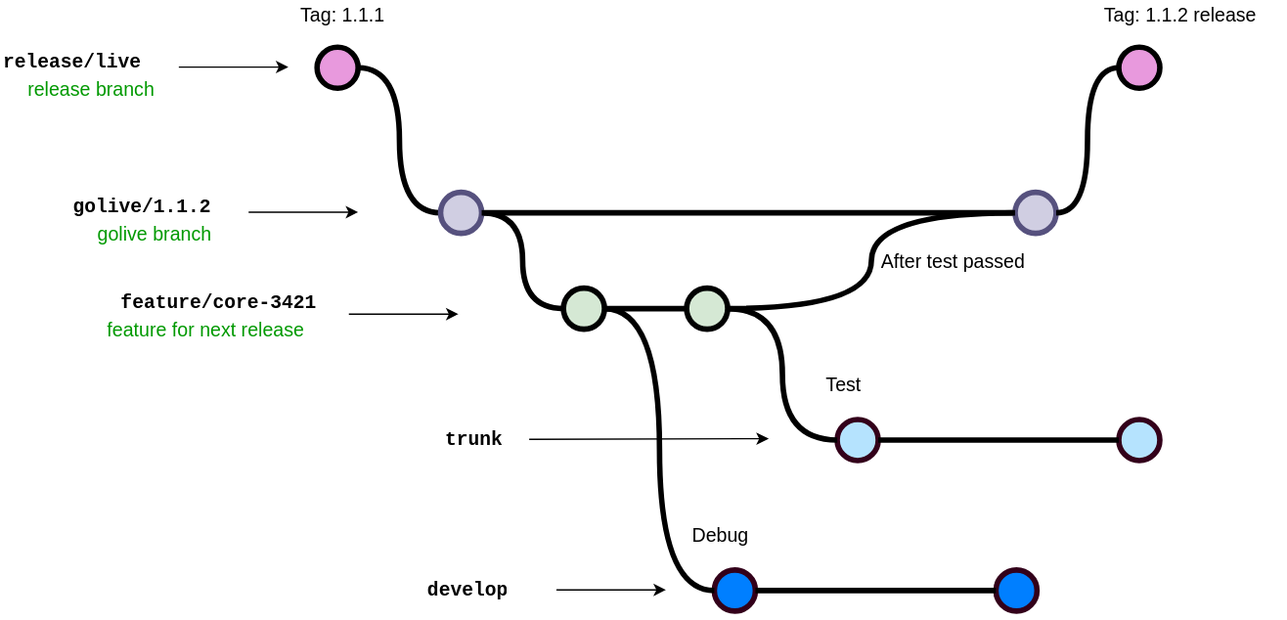
Earlier version of the draw.io export src/development/2.workflow.drawio.svg (intersective/docs). Source tidied: cells renumbered, new cells last; positions are measured from the earlier drawing's top-left corner, leaving out a move shared by most shapes.
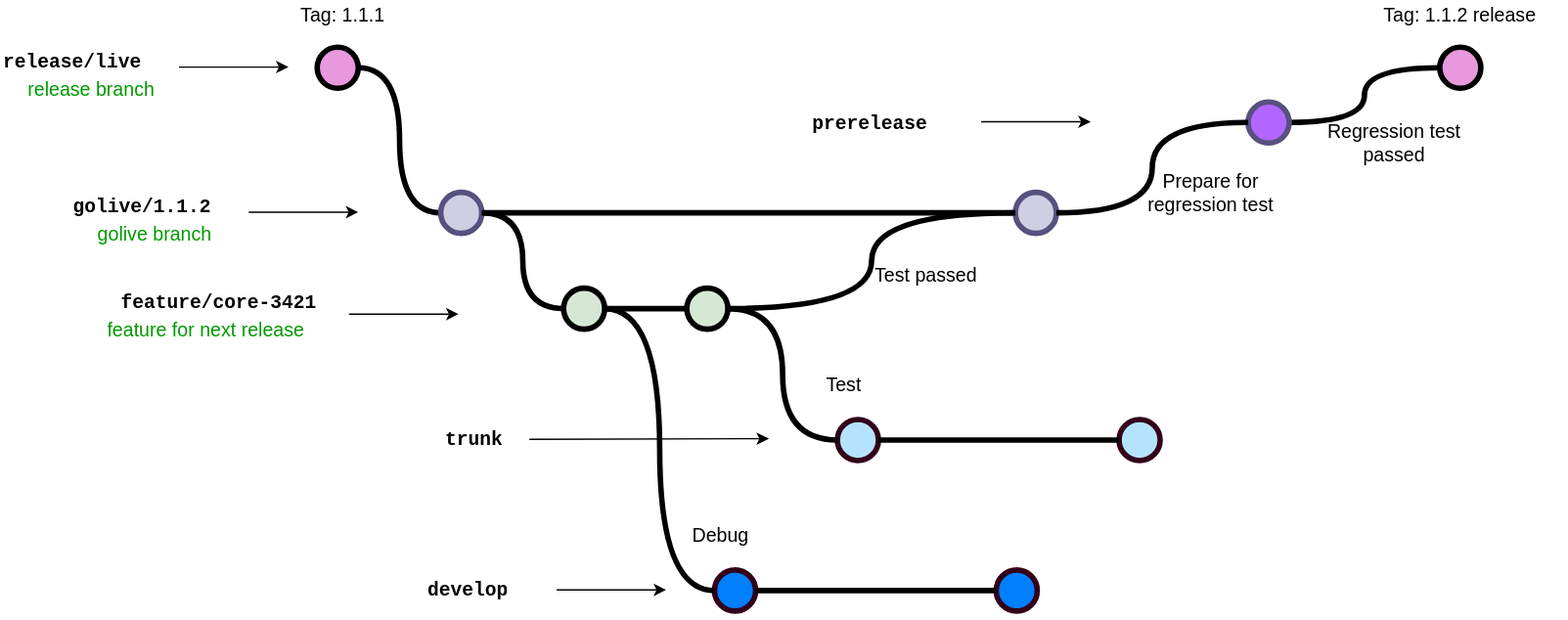
The same diagram one commit later.

What changed in the source:
```diff
@@ -80,17 +80,17 @@
     <mxCell id="24" style="edgeStyle=orthogonalEdgeStyle;curved=1;rounded=0;html=1;exitX=1;exitY=0.5;exitPerimeter=0;entryX=0;entryY=0.5;entryPerimeter=0;endArrow=none;endFill=0;jettySize=auto;strokeWidth=4;fontSize=15;exitDx=0;exitDy=0;entryDx=0;entryDy=0;" parent="1" edge="1" source="16" target="7">
       <mxGeometry relative="1" as="geometry" />
     </mxCell>
-    <mxCell id="25" value="After test passed" style="text;html=1;strokeColor=none;fillColor=none;align=center;verticalAlign=middle;whiteSpace=wrap;overflow=hidden;fontSize=14;" parent="1" vertex="1">
-      <mxGeometry x="641" y="180" width="110" height="20" as="geometry" />
+    <mxCell id="25" value="Test passed" style="text;html=1;strokeColor=none;fillColor=none;align=center;verticalAlign=middle;whiteSpace=wrap;overflow=hidden;fontSize=14;" parent="1" vertex="1">
+      <mxGeometry x="621" y="190" width="110" height="20" as="geometry" />
     </mxCell>
     <mxCell id="26" value="Test" style="text;html=1;strokeColor=none;fillColor=none;align=center;verticalAlign=middle;whiteSpace=wrap;overflow=hidden;fontSize=14;" parent="1" vertex="1">
       <mxGeometry x="561" y="270" width="110" height="20" as="geometry" />
     </mxCell>
-    <mxCell id="27" style="edgeStyle=orthogonalEdgeStyle;curved=1;rounded=0;html=1;exitX=1;exitY=0.5;exitPerimeter=0;entryX=0;entryY=0.5;entryPerimeter=0;endArrow=none;endFill=0;jettySize=auto;strokeWidth=4;fontSize=15;entryDx=0;entryDy=0;exitDx=0;exitDy=0;" parent="1" edge="1" source="7" target="39">
+    <mxCell id="27" style="edgeStyle=orthogonalEdgeStyle;curved=1;rounded=0;html=1;exitX=1;exitY=0.5;exitPerimeter=0;entryX=0;entryY=0.5;entryPerimeter=0;endArrow=none;endFill=0;jettySize=auto;strokeWidth=4;fontSize=15;entryDx=0;entryDy=0;exitDx=0;exitDy=0;" parent="1" edge="1" source="40" target="39">
       <mxGeometry relative="1" as="geometry" />
     </mxCell>
     <mxCell id="28" value="Tag: 1.1.2 release" style="text;html=1;strokeColor=none;fillColor=none;align=center;verticalAlign=middle;whiteSpace=wrap;overflow=hidden;fontSize=14;" parent="1" vertex="1">
-      <mxGeometry x="784.6" width="154.2" height="20" as="geometry" />
+      <mxGeometry x="988.9" width="154.2" height="20" as="geometry" />
     </mxCell>
     <mxCell id="29" style="verticalLabelPosition=bottom;verticalAlign=top;html=1;strokeWidth=4;shape=mxgraph.flowchart.on-page_reference;plain-blue;gradientColor=none;strokeColor=#33001A;fillColor=#007FFF;" parent="1" vertex="1">
       <mxGeometry x="727" y="416" width="30" height="30" as="geometry" />
@@ -129,7 +129,28 @@
       <mxGeometry y="34" width="124" height="20" as="geometry" />
     </mxCell>
     <mxCell id="39" style="verticalLabelPosition=bottom;verticalAlign=top;html=1;strokeWidth=4;shape=mxgraph.flowchart.on-page_reference;plain-purple;gradientColor=none;strokeColor=#000000;fillColor=#E899DD;" parent="1" vertex="1">
-      <mxGeometry x="816.8" y="34" width="30" height="30" as="geometry" />
+      <mxGeometry x="1051" y="34" width="30" height="30" as="geometry" />
     </mxCell>
+    <mxCell id="40" style="verticalLabelPosition=bottom;verticalAlign=top;html=1;strokeWidth=4;shape=mxgraph.flowchart.on-page_reference;strokeColor=#56517e;fillColor=#B266FF;" parent="1" vertex="1">
+      <mxGeometry x="911" y="74" width="30" height="30" as="geometry" />
+    </mxCell>
+    <mxCell id="41" style="edgeStyle=orthogonalEdgeStyle;curved=1;rounded=0;html=1;exitX=1;exitY=0.5;exitPerimeter=0;entryX=0;entryY=0.5;entryPerimeter=0;endArrow=none;endFill=0;jettySize=auto;strokeWidth=4;fontSize=15;entryDx=0;entryDy=0;exitDx=0;exitDy=0;" parent="1" edge="1" source="7" target="40">
+      <mxGeometry relative="1" as="geometry" />
+    </mxCell>
+    <mxCell id="42" style="endArrow=classic;html=1;strokeWidth=1;fontFamily=Courier New;fontColor=#009900;" parent="1" edge="1">
+      <mxGeometry relative="1" as="geometry">
+        <mxPoint x="716" y="88.5" as="sourcePoint" />
+        <mxPoint x="796" y="88.5" as="targetPoint" />
+      </mxGeometry>
+    </mxCell>
+    <mxCell id="43" value="prerelease" style="text;html=1;strokeColor=none;fillColor=none;align=left;verticalAlign=middle;whiteSpace=wrap;overflow=hidden;fontSize=14;fontStyle=1;fontFamily=Courier New;" parent="1" vertex="1">
+      <mxGeometry x="591" y="79" width="124" height="20" as="geometry" />
+    </mxCell>
+    <mxCell id="44" value="Prepare for regression test" style="text;html=1;strokeColor=none;fillColor=none;align=center;verticalAlign=middle;whiteSpace=wrap;overflow=hidden;fontSize=14;" parent="1" vertex="1">
+      <mxGeometry x="816.8" y="110" width="134.2" height="60" as="geometry" />
+    </mxCell>
+    <mxCell id="45" value="Regression test&lt;br&gt;passed" style="text;html=1;strokeColor=none;fillColor=none;align=center;verticalAlign=middle;whiteSpace=wrap;overflow=hidden;fontSize=14;" parent="1" vertex="1">
+      <mxGeometry x="951" y="74" width="134.2" height="60" as="geometry" />
+    </mxCell>
   </root>
 </mxGraphModel>
```
